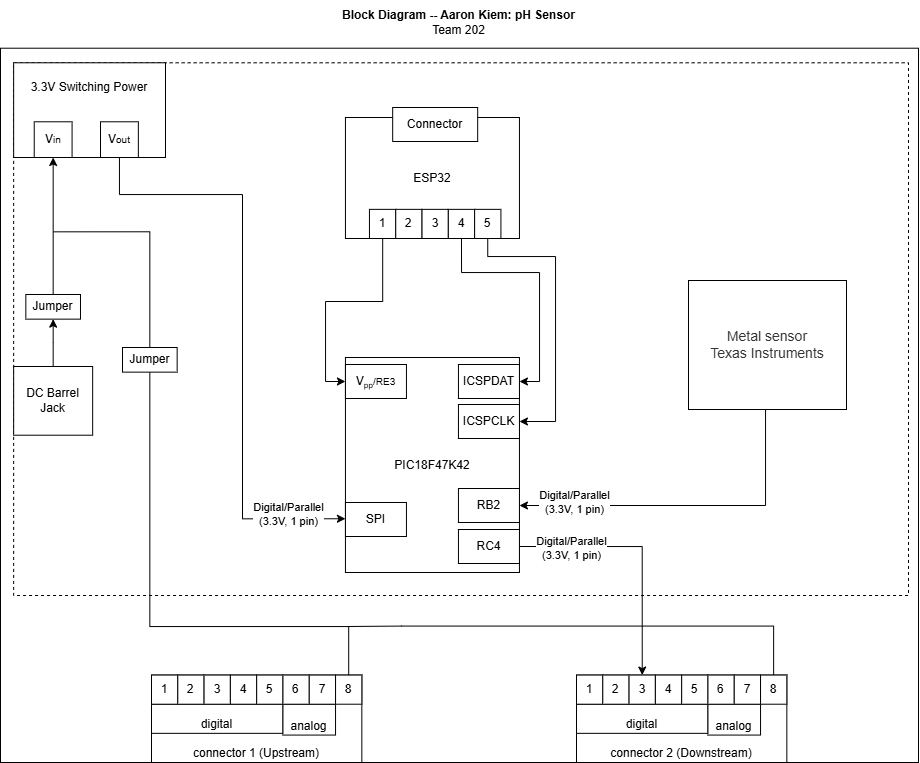
Above: docs/02-Block-Diagram/Individual_Block_Diagram.drawio.png in AaronKiem/AaronKiem.github.io (draw.io), before the change. Source tidied: cells renumbered, new cells last; positions are measured from the earlier drawing's top-left corner, leaving out a move shared by most shapes. Source of this version:
```xml
<mxGraphModel>
  <root>
    <mxCell id="0" />
    <mxCell id="1" parent="0" />
    <mxCell id="2" style="rounded=0;whiteSpace=wrap;html=1;fillColor=none;verticalAlign=top;" parent="1" vertex="1">
      <mxGeometry y="47.7" width="918" height="714.3" as="geometry" />
    </mxCell>
    <mxCell id="3" style="rounded=0;whiteSpace=wrap;html=1;dashed=1;fillColor=none;" parent="1" vertex="1">
      <mxGeometry x="13.1" y="62.3" width="894.9" height="532.7" as="geometry" />
    </mxCell>
    <mxCell id="4" style="group;" parent="1" vertex="1">
      <mxGeometry x="151" y="674.6" width="210.3" height="87.4" as="geometry" />
    </mxCell>
    <mxCell id="5" value="connector 1 (Upstream)" style="rounded=0;whiteSpace=wrap;html=1;verticalAlign=bottom;" parent="4" vertex="1">
      <mxGeometry width="210.3" height="87.4" as="geometry" />
    </mxCell>
    <mxCell id="6" value="digital" style="rounded=0;whiteSpace=wrap;html=1;verticalAlign=bottom;" parent="4" vertex="1">
      <mxGeometry y="29.1" width="131.5" height="29.1" as="geometry" />
    </mxCell>
    <mxCell id="7" value="analog" style="rounded=0;whiteSpace=wrap;html=1;verticalAlign=bottom;" parent="4" vertex="1">
      <mxGeometry x="131.5" y="29.1" width="52.6" height="30.9" as="geometry" />
    </mxCell>
    <mxCell id="8" value="1" style="rounded=0;whiteSpace=wrap;html=1;" parent="4" vertex="1">
      <mxGeometry width="26.3" height="29.1" as="geometry" />
    </mxCell>
    <mxCell id="9" value="2" style="rounded=0;whiteSpace=wrap;html=1;" parent="4" vertex="1">
      <mxGeometry x="26.3" width="26.3" height="29.1" as="geometry" />
    </mxCell>
    <mxCell id="10" value="3" style="rounded=0;whiteSpace=wrap;html=1;" parent="4" vertex="1">
      <mxGeometry x="52.6" width="26.3" height="29.1" as="geometry" />
    </mxCell>
    <mxCell id="11" value="4" style="rounded=0;whiteSpace=wrap;html=1;" parent="4" vertex="1">
      <mxGeometry x="78.9" width="26.3" height="29.1" as="geometry" />
    </mxCell>
    <mxCell id="12" value="5" style="rounded=0;whiteSpace=wrap;html=1;" parent="4" vertex="1">
      <mxGeometry x="105.2" width="26.3" height="29.1" as="geometry" />
    </mxCell>
    <mxCell id="13" value="6" style="rounded=0;whiteSpace=wrap;html=1;" parent="4" vertex="1">
      <mxGeometry x="131.5" width="26.3" height="29.1" as="geometry" />
    </mxCell>
    <mxCell id="14" value="7" style="rounded=0;whiteSpace=wrap;html=1;" parent="4" vertex="1">
      <mxGeometry x="157.8" width="26.3" height="29.1" as="geometry" />
    </mxCell>
    <mxCell id="15" value="8" style="rounded=0;whiteSpace=wrap;html=1;" parent="4" vertex="1">
      <mxGeometry x="184" width="26.3" height="29.1" as="geometry" />
    </mxCell>
    <mxCell id="16" value="&lt;div style=&quot;line-height: 100%;&quot;&gt;&lt;br&gt;&lt;/div&gt;&lt;div style=&quot;line-height: 100%;&quot;&gt;3.3V Switching Power&lt;/div&gt;" style="rounded=0;whiteSpace=wrap;html=1;verticalAlign=top;" parent="1" vertex="1">
      <mxGeometry x="13.1" y="62.3" width="151.8" height="94.7" as="geometry" />
    </mxCell>
    <mxCell id="17" value="&lt;b&gt;Block Diagram -- Aaron Kiem: pH Sensor&lt;/b&gt;&lt;div&gt;Team 202&lt;/div&gt;" style="text;html=1;align=center;verticalAlign=middle;whiteSpace=wrap;rounded=0;" parent="1" vertex="1">
      <mxGeometry x="291.4" width="335.2" height="43.7" as="geometry" />
    </mxCell>
    <mxCell id="18" style="edgeStyle=orthogonalEdgeStyle;rounded=0;jettySize=auto;html=1;" parent="1" edge="1" source="19" target="52">
      <mxGeometry relative="1" as="geometry" />
    </mxCell>
    <mxCell id="19" value="&lt;div&gt;DC Barrel Jack&lt;/div&gt;" style="rounded=0;whiteSpace=wrap;html=1;" parent="1" vertex="1">
      <mxGeometry x="13.2" y="366" width="79" height="68.7" as="geometry" />
    </mxCell>
    <mxCell id="20" value="&lt;div style=&quot;line-height: 100%;&quot;&gt;&lt;span style=&quot;background-color: transparent; color: light-dark(rgb(0, 0, 0), rgb(255, 255, 255));&quot;&gt;V&lt;/span&gt;&lt;span style=&quot;background-color: transparent; color: light-dark(rgb(0, 0, 0), rgb(255, 255, 255)); font-size: 10px;&quot;&gt;in&lt;/span&gt;&lt;/div&gt;" style="rounded=0;whiteSpace=wrap;html=1;verticalAlign=middle;" parent="1" vertex="1">
      <mxGeometry x="33.7" y="121.3" width="37.9" height="35.7" as="geometry" />
    </mxCell>
    <mxCell id="21" style="edgeStyle=orthogonalEdgeStyle;rounded=0;jettySize=auto;html=1;entryX=0;entryY=0.75;entryDx=0;entryDy=0;" parent="1" edge="1" source="22" target="36">
      <mxGeometry relative="1" as="geometry">
        <Array as="points">
          <mxPoint x="119" y="194" />
          <mxPoint x="242" y="194" />
          <mxPoint x="242" y="518" />
        </Array>
      </mxGeometry>
    </mxCell>
    <mxCell id="22" value="&lt;div style=&quot;line-height: 100%;&quot;&gt;&lt;span style=&quot;background-color: transparent; color: light-dark(rgb(0, 0, 0), rgb(255, 255, 255));&quot;&gt;V&lt;span style=&quot;font-size: 10px;&quot;&gt;out&lt;/span&gt;&lt;/span&gt;&lt;/div&gt;" style="rounded=0;whiteSpace=wrap;html=1;verticalAlign=middle;" parent="1" vertex="1">
      <mxGeometry x="100" y="121.3" width="37.9" height="35.7" as="geometry" />
    </mxCell>
    <mxCell id="23" style="group;" parent="1" vertex="1">
      <mxGeometry x="576" y="674.6" width="210.3" height="87.4" as="geometry" />
    </mxCell>
    <mxCell id="24" value="connector 2 (Downstream)" style="rounded=0;whiteSpace=wrap;html=1;verticalAlign=bottom;" parent="23" vertex="1">
      <mxGeometry width="210.3" height="87.4" as="geometry" />
    </mxCell>
    <mxCell id="25" value="digital" style="rounded=0;whiteSpace=wrap;html=1;verticalAlign=bottom;" parent="23" vertex="1">
      <mxGeometry y="29.1" width="131.5" height="29.1" as="geometry" />
    </mxCell>
    <mxCell id="26" value="analog" style="rounded=0;whiteSpace=wrap;html=1;verticalAlign=bottom;" parent="23" vertex="1">
      <mxGeometry x="131.5" y="29.1" width="52.6" height="30.9" as="geometry" />
    </mxCell>
    <mxCell id="27" value="1" style="rounded=0;whiteSpace=wrap;html=1;" parent="23" vertex="1">
      <mxGeometry width="26.3" height="29.1" as="geometry" />
    </mxCell>
    <mxCell id="28" value="2" style="rounded=0;whiteSpace=wrap;html=1;" parent="23" vertex="1">
      <mxGeometry x="26.3" width="26.3" height="29.1" as="geometry" />
    </mxCell>
    <mxCell id="29" value="3" style="rounded=0;whiteSpace=wrap;html=1;" parent="23" vertex="1">
      <mxGeometry x="52.6" width="26.3" height="29.1" as="geometry" />
    </mxCell>
    <mxCell id="30" value="4" style="rounded=0;whiteSpace=wrap;html=1;" parent="23" vertex="1">
      <mxGeometry x="78.9" width="26.3" height="29.1" as="geometry" />
    </mxCell>
    <mxCell id="31" value="5" style="rounded=0;whiteSpace=wrap;html=1;" parent="23" vertex="1">
      <mxGeometry x="105.2" width="26.3" height="29.1" as="geometry" />
    </mxCell>
    <mxCell id="32" value="6" style="rounded=0;whiteSpace=wrap;html=1;" parent="23" vertex="1">
      <mxGeometry x="131.5" width="26.3" height="29.1" as="geometry" />
    </mxCell>
    <mxCell id="33" value="7" style="rounded=0;whiteSpace=wrap;html=1;" parent="23" vertex="1">
      <mxGeometry x="157.8" width="26.3" height="29.1" as="geometry" />
    </mxCell>
    <mxCell id="34" style="edgeStyle=orthogonalEdgeStyle;rounded=0;jettySize=auto;html=1;endArrow=none;endFill=0;" parent="23" edge="1" source="35">
      <mxGeometry relative="1" as="geometry">
        <mxPoint x="-229" y="-48.6" as="targetPoint" />
        <Array as="points">
          <mxPoint x="197" y="-49" />
          <mxPoint x="-175" y="-49" />
        </Array>
      </mxGeometry>
    </mxCell>
    <mxCell id="35" value="8" style="rounded=0;whiteSpace=wrap;html=1;" parent="23" vertex="1">
      <mxGeometry x="184" width="26.3" height="29.1" as="geometry" />
    </mxCell>
    <mxCell id="36" value="PIC18F47K42" style="rounded=0;whiteSpace=wrap;html=1;" parent="1" vertex="1">
      <mxGeometry x="344.9" y="357" width="174" height="215" as="geometry" />
    </mxCell>
    <mxCell id="37" value="V&lt;span style=&quot;font-size: 10px;&quot;&gt;&lt;sub&gt;pp&lt;/sub&gt;/RE3&lt;/span&gt;" style="rounded=0;whiteSpace=wrap;html=1;" parent="1" vertex="1">
      <mxGeometry x="344.9" y="364" width="61" height="34" as="geometry" />
    </mxCell>
    <mxCell id="38" style="group;" parent="1" vertex="1">
      <mxGeometry x="344.9" y="117" width="174" height="121" as="geometry" />
    </mxCell>
    <mxCell id="39" value="ESP32" style="rounded=0;whiteSpace=wrap;html=1;" parent="38" vertex="1">
      <mxGeometry width="174" height="121" as="geometry" />
    </mxCell>
    <mxCell id="40" value="1" style="rounded=0;whiteSpace=wrap;html=1;" parent="38" vertex="1">
      <mxGeometry x="24" y="91.9" width="26.3" height="29.1" as="geometry" />
    </mxCell>
    <mxCell id="41" value="2" style="rounded=0;whiteSpace=wrap;html=1;" parent="38" vertex="1">
      <mxGeometry x="50.3" y="91.9" width="26.3" height="29.1" as="geometry" />
    </mxCell>
    <mxCell id="42" value="3" style="rounded=0;whiteSpace=wrap;html=1;" parent="38" vertex="1">
      <mxGeometry x="76.6" y="91.9" width="26.3" height="29.1" as="geometry" />
    </mxCell>
    <mxCell id="43" value="4" style="rounded=0;whiteSpace=wrap;html=1;" parent="38" vertex="1">
      <mxGeometry x="102.9" y="91.9" width="26.3" height="29.1" as="geometry" />
    </mxCell>
    <mxCell id="44" value="5" style="rounded=0;whiteSpace=wrap;html=1;" parent="38" vertex="1">
      <mxGeometry x="129.2" y="91.9" width="26.3" height="29.1" as="geometry" />
    </mxCell>
    <mxCell id="45" value="Connector" style="rounded=0;whiteSpace=wrap;html=1;" parent="38" vertex="1">
      <mxGeometry x="47.2" y="-10" width="85" height="34" as="geometry" />
    </mxCell>
    <mxCell id="46" value="ICSPDAT" style="rounded=0;whiteSpace=wrap;html=1;" parent="1" vertex="1">
      <mxGeometry x="457.9" y="364" width="61" height="34" as="geometry" />
    </mxCell>
    <mxCell id="47" value="ICSPCLK" style="rounded=0;whiteSpace=wrap;html=1;" parent="1" vertex="1">
      <mxGeometry x="457.9" y="404" width="61" height="34" as="geometry" />
    </mxCell>
    <mxCell id="48" style="edgeStyle=orthogonalEdgeStyle;rounded=0;jettySize=auto;html=1;entryX=1;entryY=0.5;entryDx=0;entryDy=0;" parent="1" edge="1" source="44" target="47">
      <mxGeometry relative="1" as="geometry">
        <Array as="points">
          <mxPoint x="487" y="256" />
          <mxPoint x="555" y="256" />
          <mxPoint x="555" y="421" />
        </Array>
      </mxGeometry>
    </mxCell>
    <mxCell id="49" style="edgeStyle=orthogonalEdgeStyle;rounded=0;jettySize=auto;html=1;exitX=0.5;exitY=1;exitDx=0;exitDy=0;entryX=1;entryY=0.5;entryDx=0;entryDy=0;" parent="1" edge="1" source="43" target="46">
      <mxGeometry relative="1" as="geometry">
        <Array as="points">
          <mxPoint x="461" y="272" />
          <mxPoint x="539" y="272" />
          <mxPoint x="539" y="381" />
        </Array>
      </mxGeometry>
    </mxCell>
    <mxCell id="50" style="edgeStyle=orthogonalEdgeStyle;rounded=0;jettySize=auto;html=1;entryX=0;entryY=0.5;entryDx=0;entryDy=0;" parent="1" edge="1" source="40" target="37">
      <mxGeometry relative="1" as="geometry" />
    </mxCell>
    <mxCell id="51" style="edgeStyle=orthogonalEdgeStyle;rounded=0;jettySize=auto;html=1;" parent="1" edge="1" source="52" target="20">
      <mxGeometry relative="1" as="geometry" />
    </mxCell>
    <mxCell id="52" value="Jumper" style="whiteSpace=wrap;html=1;rounded=0;" parent="1" vertex="1">
      <mxGeometry x="25.3" y="294" width="54.6" height="24.6" as="geometry" />
    </mxCell>
    <mxCell id="53" style="edgeStyle=orthogonalEdgeStyle;rounded=0;jettySize=auto;html=1;entryX=1;entryY=0.5;entryDx=0;entryDy=0;" parent="1" edge="1" source="55" target="56">
      <mxGeometry relative="1" as="geometry">
        <Array as="points">
          <mxPoint x="765" y="505" />
        </Array>
      </mxGeometry>
    </mxCell>
    <mxCell id="54" value="Digital/Parallel&lt;div&gt;(3.3V, 1 pin)&lt;/div&gt;" style="edgeLabel;html=1;align=center;verticalAlign=middle;" parent="53" vertex="1">
      <mxGeometry x="0.71" relative="1" as="geometry">
        <mxPoint x="6" y="-3" as="offset" />
      </mxGeometry>
    </mxCell>
    <mxCell id="55" value="&lt;div&gt;&lt;span style=&quot;color: rgb(51, 51, 51); font-family: Arial; font-size: 14px; text-align: start; background-color: rgb(255, 255, 255);&quot;&gt;Metal sensor&lt;/span&gt;&lt;/div&gt;&lt;div&gt;&lt;span style=&quot;color: rgb(51, 51, 51); font-family: Arial; font-size: 14px; text-align: start; background-color: rgb(255, 255, 255);&quot;&gt;Texas Instruments&lt;/span&gt;&lt;/div&gt;" style="rounded=0;whiteSpace=wrap;html=1;" parent="1" vertex="1">
      <mxGeometry x="688" y="280" width="158" height="129" as="geometry" />
    </mxCell>
    <mxCell id="56" value="RB2" style="rounded=0;whiteSpace=wrap;html=1;" parent="1" vertex="1">
      <mxGeometry x="457.9" y="488" width="61" height="34" as="geometry" />
    </mxCell>
    <mxCell id="57" style="edgeStyle=orthogonalEdgeStyle;rounded=0;jettySize=auto;html=1;exitX=1;exitY=0.5;exitDx=0;exitDy=0;entryX=0.5;entryY=0;entryDx=0;entryDy=0;" parent="1" edge="1" source="58" target="29">
      <mxGeometry relative="1" as="geometry" />
    </mxCell>
    <mxCell id="58" value="RC4" style="rounded=0;whiteSpace=wrap;html=1;" parent="1" vertex="1">
      <mxGeometry x="457.9" y="529" width="61" height="34" as="geometry" />
    </mxCell>
    <mxCell id="59" value="Digital/Parallel&lt;div&gt;(3.3V, 1 pin)&lt;/div&gt;" style="edgeLabel;html=1;align=center;verticalAlign=middle;" parent="1" vertex="1">
      <mxGeometry x="566" y="536" as="geometry">
        <mxPoint x="5" y="12" as="offset" />
      </mxGeometry>
    </mxCell>
    <mxCell id="60" style="edgeStyle=orthogonalEdgeStyle;rounded=0;jettySize=auto;html=1;endArrow=none;endFill=0;" parent="1" edge="1" source="62">
      <mxGeometry relative="1" as="geometry">
        <mxPoint x="53" y="231.3" as="targetPoint" />
        <Array as="points">
          <mxPoint x="149" y="231" />
        </Array>
      </mxGeometry>
    </mxCell>
    <mxCell id="61" style="edgeStyle=orthogonalEdgeStyle;rounded=0;jettySize=auto;html=1;entryX=0.5;entryY=0;entryDx=0;entryDy=0;endArrow=none;endFill=0;" parent="1" edge="1" source="62" target="15">
      <mxGeometry relative="1" as="geometry">
        <Array as="points">
          <mxPoint x="149" y="626" />
          <mxPoint x="348" y="626" />
        </Array>
      </mxGeometry>
    </mxCell>
    <mxCell id="62" value="Jumper" style="whiteSpace=wrap;html=1;rounded=0;" parent="1" vertex="1">
      <mxGeometry x="122" y="347" width="54.6" height="24.6" as="geometry" />
    </mxCell>
    <mxCell id="63" value="Digital/Parallel&lt;div&gt;(3.3V, 1 pin)&lt;/div&gt;" style="edgeLabel;html=1;align=center;verticalAlign=middle;" parent="1" vertex="1">
      <mxGeometry x="294" y="509" as="geometry">
        <mxPoint x="-6" y="5" as="offset" />
      </mxGeometry>
    </mxCell>
    <mxCell id="64" value="SPI" style="rounded=0;whiteSpace=wrap;html=1;" parent="1" vertex="1">
      <mxGeometry x="344.9" y="502" width="61" height="34" as="geometry" />
    </mxCell>
  </root>
</mxGraphModel>
```
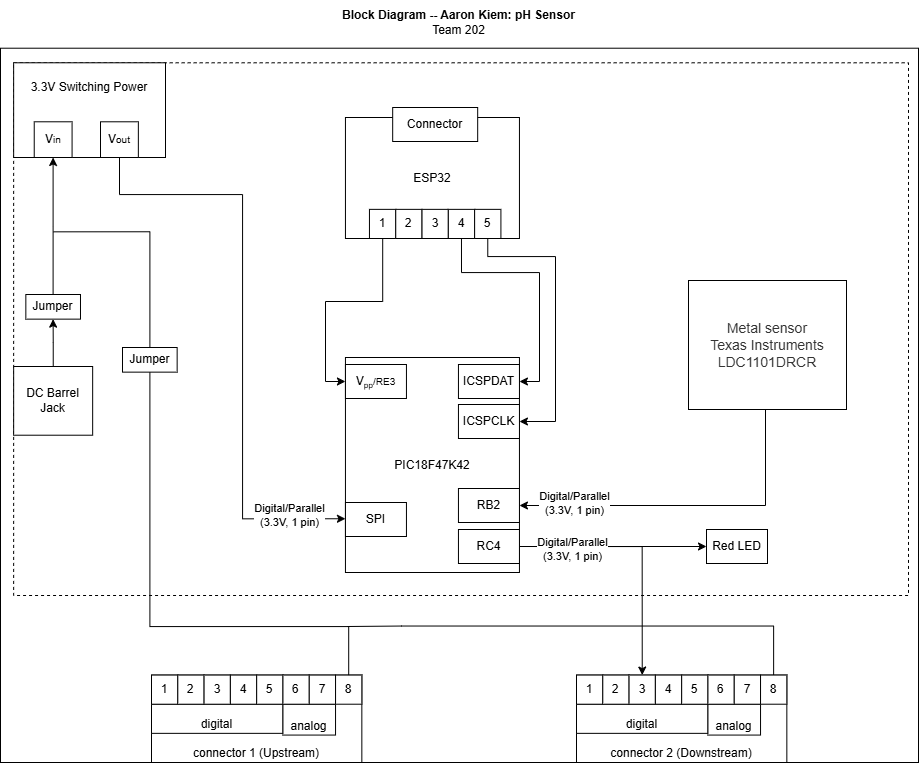
After the commit.

What changed in the source:
```diff
@@ -191,7 +191,7 @@
         <mxPoint x="6" y="-3" as="offset" />
       </mxGeometry>
     </mxCell>
-    <mxCell id="55" value="&lt;div&gt;&lt;span style=&quot;color: rgb(51, 51, 51); font-family: Arial; font-size: 14px; text-align: start; background-color: rgb(255, 255, 255);&quot;&gt;Metal sensor&lt;/span&gt;&lt;/div&gt;&lt;div&gt;&lt;span style=&quot;color: rgb(51, 51, 51); font-family: Arial; font-size: 14px; text-align: start; background-color: rgb(255, 255, 255);&quot;&gt;Texas Instruments&lt;/span&gt;&lt;/div&gt;" style="rounded=0;whiteSpace=wrap;html=1;" parent="1" vertex="1">
+    <mxCell id="55" value="&lt;div&gt;&lt;span style=&quot;color: rgb(51, 51, 51); font-family: Arial; font-size: 14px; text-align: start; background-color: rgb(255, 255, 255);&quot;&gt;Metal sensor&lt;/span&gt;&lt;/div&gt;&lt;div&gt;&lt;span style=&quot;color: rgb(51, 51, 51); font-family: Arial; font-size: 14px; text-align: start; background-color: rgb(255, 255, 255);&quot;&gt;Texas Instruments&lt;/span&gt;&lt;/div&gt;&lt;div&gt;&lt;span style=&quot;color: rgb(51, 51, 51); font-family: Arial; font-size: 14px; text-align: start; background-color: rgb(255, 255, 255);&quot;&gt;LDC1101DRCR&lt;/span&gt;&lt;/div&gt;" style="rounded=0;whiteSpace=wrap;html=1;" parent="1" vertex="1">
       <mxGeometry x="688" y="280" width="158" height="129" as="geometry" />
     </mxCell>
     <mxCell id="56" value="RB2" style="rounded=0;whiteSpace=wrap;html=1;" parent="1" vertex="1">
@@ -200,6 +200,9 @@
     <mxCell id="57" style="edgeStyle=orthogonalEdgeStyle;rounded=0;jettySize=auto;html=1;exitX=1;exitY=0.5;exitDx=0;exitDy=0;entryX=0.5;entryY=0;entryDx=0;entryDy=0;" parent="1" edge="1" source="58" target="29">
       <mxGeometry relative="1" as="geometry" />
     </mxCell>
+    <mxCell id="65" style="edgeStyle=orthogonalEdgeStyle;rounded=0;jettySize=auto;html=1;exitX=1;exitY=0.5;exitDx=0;exitDy=0;entryX=0;entryY=0.5;entryDx=0;entryDy=0;" parent="1" edge="1" source="58" target="66">
+      <mxGeometry relative="1" as="geometry" />
+    </mxCell>
     <mxCell id="58" value="RC4" style="rounded=0;whiteSpace=wrap;html=1;" parent="1" vertex="1">
       <mxGeometry x="457.9" y="529" width="61" height="34" as="geometry" />
     </mxCell>
@@ -235,5 +238,8 @@
     <mxCell id="64" value="SPI" style="rounded=0;whiteSpace=wrap;html=1;" parent="1" vertex="1">
       <mxGeometry x="344.9" y="502" width="61" height="34" as="geometry" />
     </mxCell>
+    <mxCell id="66" value="Red LED" style="rounded=0;whiteSpace=wrap;html=1;" parent="1" vertex="1">
+      <mxGeometry x="706" y="529" width="61" height="34" as="geometry" />
+    </mxCell>
   </root>
 </mxGraphModel>
```
